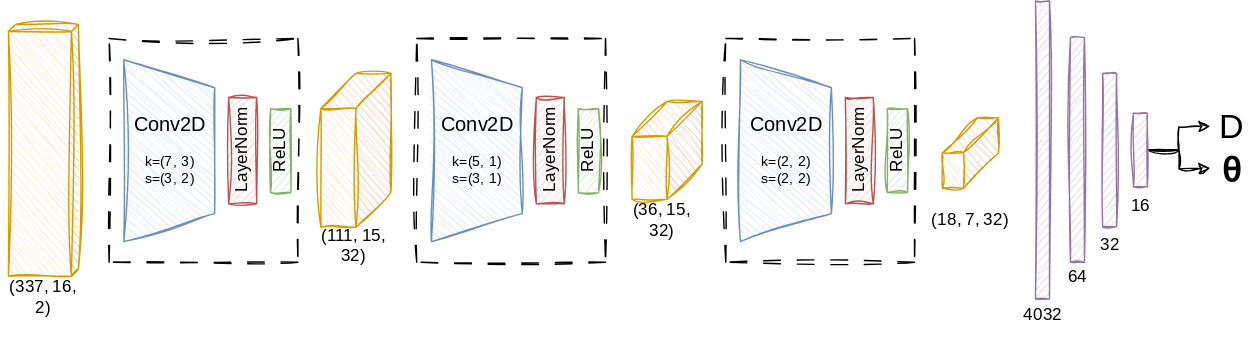
This is sections/3_ssl/2_single_source/figures/ssl_singlesource_nn_architecture.svg from GaetanLepage/phd-manuscript, a draw.io export, as it was before one commit. Source tidied: cells renumbered, new cells last; positions are measured from the earlier drawing's top-left corner, leaving out a move shared by most shapes. Its diagram source:
```xml
<mxGraphModel>
  <root>
    <mxCell id="0" />
    <mxCell id="1" parent="0" />
    <mxCell id="2" style="shape=cube;whiteSpace=wrap;html=1;boundedLbl=1;backgroundOutline=1;darkOpacity=0.05;darkOpacity2=0.1;sketch=1;hachureGap=4;jiggle=2;curveFitting=1;fontFamily=Architects Daughter;fontSource=https%3A%2F%2Ffonts.googleapis.com%2Fcss%3Ffamily%3DArchitects%2BDaughter;flipH=1;fillColor=#ffe6cc;strokeColor=#d79b00;size=5;" parent="1" vertex="1">
      <mxGeometry x="5" y="17" width="50" height="180" as="geometry" />
    </mxCell>
    <mxCell id="3" value="(337, 16, 2)" style="text;html=1;align=center;verticalAlign=middle;whiteSpace=wrap;rounded=0;fontFamily=Architects Daughter;fontSource=https%3A%2F%2Ffonts.googleapis.com%2Fcss%3Ffamily%3DArchitects%2BDaughter;" parent="1" vertex="1">
      <mxGeometry y="197" width="60" height="30" as="geometry" />
    </mxCell>
    <mxCell id="4" style="group;" parent="1" vertex="1">
      <mxGeometry x="724.5" y="0.2" width="170" height="239.6" as="geometry" />
    </mxCell>
    <mxCell id="5" style="rounded=0;whiteSpace=wrap;html=1;sketch=1;hachureGap=4;jiggle=2;curveFitting=1;fontFamily=Architects Daughter;fontSource=https%3A%2F%2Ffonts.googleapis.com%2Fcss%3Ffamily%3DArchitects%2BDaughter;fillColor=#e1d5e7;strokeColor=#9673a6;" parent="4" vertex="1">
      <mxGeometry x="15" width="10" height="213.1" as="geometry" />
    </mxCell>
    <mxCell id="6" style="rounded=0;whiteSpace=wrap;html=1;sketch=1;hachureGap=4;jiggle=2;curveFitting=1;fontFamily=Architects Daughter;fontSource=https%3A%2F%2Ffonts.googleapis.com%2Fcss%3Ffamily%3DArchitects%2BDaughter;fillColor=#e1d5e7;strokeColor=#9673a6;" parent="4" vertex="1">
      <mxGeometry x="63" y="51.8" width="10" height="109.6" as="geometry" />
    </mxCell>
    <mxCell id="7" style="rounded=0;whiteSpace=wrap;html=1;sketch=1;hachureGap=4;jiggle=2;curveFitting=1;fontFamily=Architects Daughter;fontSource=https%3A%2F%2Ffonts.googleapis.com%2Fcss%3Ffamily%3DArchitects%2BDaughter;fillColor=#e1d5e7;strokeColor=#9673a6;" parent="4" vertex="1">
      <mxGeometry x="40" y="26.2" width="10" height="160.7" as="geometry" />
    </mxCell>
    <mxCell id="8" style="edgeStyle=orthogonalEdgeStyle;rounded=0;sketch=1;hachureGap=4;jiggle=2;curveFitting=1;jettySize=auto;html=1;fontFamily=Architects Daughter;fontSource=https%3A%2F%2Ffonts.googleapis.com%2Fcss%3Ffamily%3DArchitects%2BDaughter;" parent="4" edge="1" source="10">
      <mxGeometry relative="1" as="geometry">
        <mxPoint x="140" y="89.6" as="targetPoint" />
      </mxGeometry>
    </mxCell>
    <mxCell id="9" style="edgeStyle=orthogonalEdgeStyle;rounded=0;sketch=1;hachureGap=4;jiggle=2;curveFitting=1;jettySize=auto;html=1;exitX=1;exitY=0.5;exitDx=0;exitDy=0;fontFamily=Architects Daughter;fontSource=https%3A%2F%2Ffonts.googleapis.com%2Fcss%3Ffamily%3DArchitects%2BDaughter;" parent="4" edge="1" source="10">
      <mxGeometry relative="1" as="geometry">
        <mxPoint x="140" y="119.6" as="targetPoint" />
      </mxGeometry>
    </mxCell>
    <mxCell id="10" style="rounded=0;whiteSpace=wrap;html=1;sketch=1;hachureGap=4;jiggle=2;curveFitting=1;fontFamily=Architects Daughter;fontSource=https%3A%2F%2Ffonts.googleapis.com%2Fcss%3Ffamily%3DArchitects%2BDaughter;fillColor=#e1d5e7;strokeColor=#9673a6;" parent="4" vertex="1">
      <mxGeometry x="85" y="80.2" width="10" height="52.8" as="geometry" />
    </mxCell>
    <mxCell id="11" value="4032" style="text;html=1;align=center;verticalAlign=middle;whiteSpace=wrap;rounded=0;fontFamily=Architects Daughter;fontSource=https%3A%2F%2Ffonts.googleapis.com%2Fcss%3Ffamily%3DArchitects%2BDaughter;" parent="4" vertex="1">
      <mxGeometry y="209.6" width="40" height="30" as="geometry" />
    </mxCell>
    <mxCell id="12" value="64" style="text;html=1;align=center;verticalAlign=middle;whiteSpace=wrap;rounded=0;fontFamily=Architects Daughter;fontSource=https%3A%2F%2Ffonts.googleapis.com%2Fcss%3Ffamily%3DArchitects%2BDaughter;" parent="4" vertex="1">
      <mxGeometry x="25" y="183.1" width="40" height="30" as="geometry" />
    </mxCell>
    <mxCell id="13" value="32" style="text;html=1;align=center;verticalAlign=middle;whiteSpace=wrap;rounded=0;fontFamily=Architects Daughter;fontSource=https%3A%2F%2Ffonts.googleapis.com%2Fcss%3Ffamily%3DArchitects%2BDaughter;" parent="4" vertex="1">
      <mxGeometry x="48" y="159.6" width="40" height="30" as="geometry" />
    </mxCell>
    <mxCell id="14" value="16" style="text;html=1;align=center;verticalAlign=middle;whiteSpace=wrap;rounded=0;fontFamily=Architects Daughter;fontSource=https%3A%2F%2Ffonts.googleapis.com%2Fcss%3Ffamily%3DArchitects%2BDaughter;" parent="4" vertex="1">
      <mxGeometry x="70" y="131.3" width="40" height="30" as="geometry" />
    </mxCell>
    <mxCell id="15" value="D" style="text;html=1;align=center;verticalAlign=middle;whiteSpace=wrap;rounded=0;fontFamily=Architects Daughter;fontSource=https%3A%2F%2Ffonts.googleapis.com%2Fcss%3Ffamily%3DArchitects%2BDaughter;fontSize=24;" parent="4" vertex="1">
      <mxGeometry x="140" y="80.2" width="30" height="20.2" as="geometry" />
    </mxCell>
    <mxCell id="16" value="&lt;meta charset=&quot;utf-8&quot;&gt;&lt;b&gt;θ&lt;/b&gt;" style="text;html=1;align=center;verticalAlign=middle;whiteSpace=wrap;rounded=0;fontFamily=Architects Daughter;fontSource=https%3A%2F%2Ffonts.googleapis.com%2Fcss%3Ffamily%3DArchitects%2BDaughter;fontSize=24;" parent="4" vertex="1">
      <mxGeometry x="140" y="111.3" width="30" height="20.2" as="geometry" />
    </mxCell>
    <mxCell id="17" style="group;" parent="1" vertex="1">
      <mxGeometry x="441" y="72" width="62.5" height="95" as="geometry" />
    </mxCell>
    <mxCell id="18" style="shape=cube;whiteSpace=wrap;html=1;boundedLbl=1;backgroundOutline=1;darkOpacity=0.05;darkOpacity2=0.1;sketch=1;hachureGap=4;jiggle=2;curveFitting=1;fontFamily=Architects Daughter;fontSource=https%3A%2F%2Ffonts.googleapis.com%2Fcss%3Ffamily%3DArchitects%2BDaughter;flipH=1;fillColor=#ffe6cc;strokeColor=#d79b00;size=25;" parent="17" vertex="1">
      <mxGeometry x="10" width="50" height="70" as="geometry" />
    </mxCell>
    <mxCell id="19" value="(36, 15, 32)" style="text;html=1;align=center;verticalAlign=middle;whiteSpace=wrap;rounded=0;fontFamily=Architects Daughter;fontSource=https%3A%2F%2Ffonts.googleapis.com%2Fcss%3Ffamily%3DArchitects%2BDaughter;" parent="17" vertex="1">
      <mxGeometry y="75.2" width="62.5" height="19.8" as="geometry" />
    </mxCell>
    <mxCell id="20" style="group;" parent="1" vertex="1">
      <mxGeometry x="225" y="52" width="53.5" height="130" as="geometry" />
    </mxCell>
    <mxCell id="21" style="shape=cube;whiteSpace=wrap;html=1;boundedLbl=1;backgroundOutline=1;darkOpacity=0.05;darkOpacity2=0.1;sketch=1;hachureGap=4;jiggle=2;curveFitting=1;fontFamily=Architects Daughter;fontSource=https%3A%2F%2Ffonts.googleapis.com%2Fcss%3Ffamily%3DArchitects%2BDaughter;flipH=1;fillColor=#ffe6cc;strokeColor=#d79b00;size=25;" parent="20" vertex="1">
      <mxGeometry x="3.5" width="50" height="110" as="geometry" />
    </mxCell>
    <mxCell id="22" value="(111, 15, 32)" style="text;html=1;align=center;verticalAlign=middle;whiteSpace=wrap;rounded=0;fontFamily=Architects Daughter;fontSource=https%3A%2F%2Ffonts.googleapis.com%2Fcss%3Ffamily%3DArchitects%2BDaughter;" parent="20" vertex="1">
      <mxGeometry y="115.4" width="53.5" height="14.6" as="geometry" />
    </mxCell>
    <mxCell id="23" style="group;" parent="1" vertex="1">
      <mxGeometry x="658" y="83.6" width="70" height="88.2" as="geometry" />
    </mxCell>
    <mxCell id="24" style="shape=cube;whiteSpace=wrap;html=1;boundedLbl=1;backgroundOutline=1;darkOpacity=0.05;darkOpacity2=0.1;sketch=1;hachureGap=4;jiggle=2;curveFitting=1;fontFamily=Architects Daughter;fontSource=https%3A%2F%2Ffonts.googleapis.com%2Fcss%3Ffamily%3DArchitects%2BDaughter;flipH=1;fillColor=#ffe6cc;strokeColor=#d79b00;size=25;" parent="23" vertex="1">
      <mxGeometry x="15" width="40" height="50.5" as="geometry" />
    </mxCell>
    <mxCell id="25" value="(18, 7, 32)" style="text;html=1;align=center;verticalAlign=middle;whiteSpace=wrap;rounded=0;fontFamily=Architects Daughter;fontSource=https%3A%2F%2Ffonts.googleapis.com%2Fcss%3Ffamily%3DArchitects%2BDaughter;" parent="23" vertex="1">
      <mxGeometry y="58.2" width="70" height="30" as="geometry" />
    </mxCell>
    <mxCell id="26" style="group;" parent="1" vertex="1">
      <mxGeometry x="77" y="27" width="135" height="160" as="geometry" />
    </mxCell>
    <mxCell id="27" style="rounded=0;whiteSpace=wrap;html=1;sketch=1;hachureGap=4;jiggle=2;curveFitting=1;fontFamily=Architects Daughter;fontSource=https%3A%2F%2Ffonts.googleapis.com%2Fcss%3Ffamily%3DArchitects%2BDaughter;fillColor=none;dashed=1;dashPattern=12 12;" parent="26" vertex="1">
      <mxGeometry width="135" height="160" as="geometry" />
    </mxCell>
    <mxCell id="28" value="ReLU" style="rounded=0;whiteSpace=wrap;html=1;hachureGap=4;fontFamily=Architects Daughter;fontSource=https%3A%2F%2Ffonts.googleapis.com%2Fcss%3Ffamily%3DArchitects%2BDaughter;fillColor=#d5e8d4;strokeColor=#82b366;horizontal=0;sketch=1;curveFitting=1;jiggle=2;" parent="26" vertex="1">
      <mxGeometry x="115.5" y="50.2" width="14.5" height="60" as="geometry" />
    </mxCell>
    <mxCell id="29" value="LayerNorm" style="rounded=0;whiteSpace=wrap;html=1;hachureGap=4;fontFamily=Architects Daughter;fontSource=https%3A%2F%2Ffonts.googleapis.com%2Fcss%3Ffamily%3DArchitects%2BDaughter;fillColor=#f8cecc;strokeColor=#b85450;horizontal=0;sketch=1;curveFitting=1;jiggle=2;" parent="26" vertex="1">
      <mxGeometry x="85.5" y="42.2" width="20" height="76" as="geometry" />
    </mxCell>
    <mxCell id="30" value="&lt;font style=&quot;font-size: 14px;&quot;&gt;Conv2D&lt;br&gt;&lt;/font&gt;&lt;br&gt;&lt;div style=&quot;font-size: 10px;&quot;&gt;k=(7, 3)&lt;/div&gt;&lt;div style=&quot;font-size: 10px;&quot;&gt;s=(3, 2)&lt;/div&gt;" style="shape=trapezoid;perimeter=trapezoidPerimeter;whiteSpace=wrap;html=1;fixedSize=1;hachureGap=4;fontFamily=Architects Daughter;fontSource=https%3A%2F%2Ffonts.googleapis.com%2Fcss%3Ffamily%3DArchitects%2BDaughter;flipH=0;flipV=0;horizontal=0;rotation=90;fontSize=10;fillColor=#dae8fc;strokeColor=#6c8ebf;sketch=1;curveFitting=1;jiggle=2;" parent="26" vertex="1">
      <mxGeometry x="-22" y="47.8" width="130" height="65" as="geometry" />
    </mxCell>
    <mxCell id="31" style="group;" parent="1" vertex="1">
      <mxGeometry x="297" y="27" width="135" height="160" as="geometry" />
    </mxCell>
    <mxCell id="32" style="rounded=0;whiteSpace=wrap;html=1;sketch=1;hachureGap=4;jiggle=2;curveFitting=1;fontFamily=Architects Daughter;fontSource=https%3A%2F%2Ffonts.googleapis.com%2Fcss%3Ffamily%3DArchitects%2BDaughter;fillColor=none;dashed=1;dashPattern=12 12;" parent="31" vertex="1">
      <mxGeometry width="135" height="160" as="geometry" />
    </mxCell>
    <mxCell id="33" value="ReLU" style="rounded=0;whiteSpace=wrap;html=1;hachureGap=4;fontFamily=Architects Daughter;fontSource=https%3A%2F%2Ffonts.googleapis.com%2Fcss%3Ffamily%3DArchitects%2BDaughter;fillColor=#d5e8d4;strokeColor=#82b366;horizontal=0;sketch=1;curveFitting=1;jiggle=2;" parent="31" vertex="1">
      <mxGeometry x="115.5" y="50.2" width="14.5" height="60" as="geometry" />
    </mxCell>
    <mxCell id="34" value="LayerNorm" style="rounded=0;whiteSpace=wrap;html=1;hachureGap=4;fontFamily=Architects Daughter;fontSource=https%3A%2F%2Ffonts.googleapis.com%2Fcss%3Ffamily%3DArchitects%2BDaughter;fillColor=#f8cecc;strokeColor=#b85450;horizontal=0;sketch=1;curveFitting=1;jiggle=2;" parent="31" vertex="1">
      <mxGeometry x="85.5" y="42.2" width="20" height="76" as="geometry" />
    </mxCell>
    <mxCell id="35" value="&lt;font style=&quot;font-size: 14px;&quot;&gt;Conv2D&lt;br&gt;&lt;/font&gt;&lt;br&gt;&lt;div style=&quot;font-size: 10px;&quot;&gt;k=(5, 1)&lt;/div&gt;&lt;div style=&quot;font-size: 10px;&quot;&gt;s=(3, 1)&lt;/div&gt;" style="shape=trapezoid;perimeter=trapezoidPerimeter;whiteSpace=wrap;html=1;fixedSize=1;hachureGap=4;fontFamily=Architects Daughter;fontSource=https%3A%2F%2Ffonts.googleapis.com%2Fcss%3Ffamily%3DArchitects%2BDaughter;flipH=0;flipV=0;horizontal=0;rotation=90;fontSize=10;fillColor=#dae8fc;strokeColor=#6c8ebf;sketch=1;curveFitting=1;jiggle=2;" parent="31" vertex="1">
      <mxGeometry x="-22" y="47.8" width="130" height="65" as="geometry" />
    </mxCell>
    <mxCell id="36" style="group;" parent="1" vertex="1">
      <mxGeometry x="518" y="27" width="135" height="160" as="geometry" />
    </mxCell>
    <mxCell id="37" style="rounded=0;whiteSpace=wrap;html=1;sketch=1;hachureGap=4;jiggle=2;curveFitting=1;fontFamily=Architects Daughter;fontSource=https%3A%2F%2Ffonts.googleapis.com%2Fcss%3Ffamily%3DArchitects%2BDaughter;fillColor=none;dashed=1;dashPattern=12 12;" parent="36" vertex="1">
      <mxGeometry width="135" height="160" as="geometry" />
    </mxCell>
    <mxCell id="38" value="ReLU" style="rounded=0;whiteSpace=wrap;html=1;hachureGap=4;fontFamily=Architects Daughter;fontSource=https%3A%2F%2Ffonts.googleapis.com%2Fcss%3Ffamily%3DArchitects%2BDaughter;fillColor=#d5e8d4;strokeColor=#82b366;horizontal=0;sketch=1;curveFitting=1;jiggle=2;" parent="36" vertex="1">
      <mxGeometry x="115.5" y="50.2" width="14.5" height="60" as="geometry" />
    </mxCell>
    <mxCell id="39" value="LayerNorm" style="rounded=0;whiteSpace=wrap;html=1;hachureGap=4;fontFamily=Architects Daughter;fontSource=https%3A%2F%2Ffonts.googleapis.com%2Fcss%3Ffamily%3DArchitects%2BDaughter;fillColor=#f8cecc;strokeColor=#b85450;horizontal=0;sketch=1;curveFitting=1;jiggle=2;" parent="36" vertex="1">
      <mxGeometry x="85.5" y="42.2" width="20" height="76" as="geometry" />
    </mxCell>
    <mxCell id="40" value="&lt;font style=&quot;font-size: 14px;&quot;&gt;Conv2D&lt;br&gt;&lt;/font&gt;&lt;br&gt;&lt;div style=&quot;font-size: 10px;&quot;&gt;k=(2, 2)&lt;/div&gt;&lt;div style=&quot;font-size: 10px;&quot;&gt;s=(2, 2)&lt;/div&gt;" style="shape=trapezoid;perimeter=trapezoidPerimeter;whiteSpace=wrap;html=1;fixedSize=1;hachureGap=4;fontFamily=Architects Daughter;fontSource=https%3A%2F%2Ffonts.googleapis.com%2Fcss%3Ffamily%3DArchitects%2BDaughter;flipH=0;flipV=0;horizontal=0;rotation=90;fontSize=10;fillColor=#dae8fc;strokeColor=#6c8ebf;sketch=1;curveFitting=1;jiggle=2;" parent="36" vertex="1">
      <mxGeometry x="-22" y="47.8" width="130" height="65" as="geometry" />
    </mxCell>
  </root>
</mxGraphModel>
```
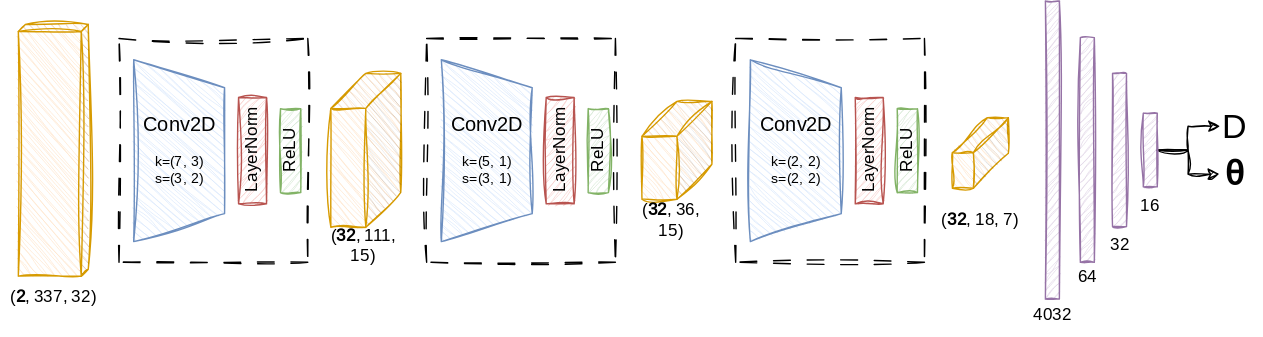
Later version of the same file.

What changed in the source:
```diff
@@ -2,11 +2,21 @@
   <root>
     <mxCell id="0" />
     <mxCell id="1" parent="0" />
+    <mxCell id="9" style="edgeStyle=orthogonalEdgeStyle;rounded=0;hachureGap=4;orthogonalLoop=1;jettySize=auto;html=1;exitX=1;exitY=0.5;exitDx=0;exitDy=0;fontFamily=Architects Daughter;fontSource=https%3A%2F%2Ffonts.googleapis.com%2Fcss%3Ffamily%3DArchitects%2BDaughter;sketch=1;curveFitting=1;jiggle=2;" parent="1" edge="1">
+      <mxGeometry relative="1" as="geometry">
+        <mxPoint x="819" y="106.8" as="sourcePoint" />
+        <mxPoint x="864" y="124" as="targetPoint" />
+        <Array as="points">
+          <mxPoint x="841.5" y="107" />
+          <mxPoint x="841.5" y="124" />
+        </Array>
+      </mxGeometry>
+    </mxCell>
     <mxCell id="2" style="shape=cube;whiteSpace=wrap;html=1;boundedLbl=1;backgroundOutline=1;darkOpacity=0.05;darkOpacity2=0.1;sketch=1;hachureGap=4;jiggle=2;curveFitting=1;fontFamily=Architects Daughter;fontSource=https%3A%2F%2Ffonts.googleapis.com%2Fcss%3Ffamily%3DArchitects%2BDaughter;flipH=1;fillColor=#ffe6cc;strokeColor=#d79b00;size=5;" parent="1" vertex="1">
       <mxGeometry x="5" y="17" width="50" height="180" as="geometry" />
     </mxCell>
-    <mxCell id="3" value="(337, 16, 2)" style="text;html=1;align=center;verticalAlign=middle;whiteSpace=wrap;rounded=0;fontFamily=Architects Daughter;fontSource=https%3A%2F%2Ffonts.googleapis.com%2Fcss%3Ffamily%3DArchitects%2BDaughter;" parent="1" vertex="1">
-      <mxGeometry y="197" width="60" height="30" as="geometry" />
+    <mxCell id="3" value="(&lt;b&gt;2&lt;/b&gt;, 337, 32)" style="text;html=1;align=center;verticalAlign=middle;whiteSpace=wrap;rounded=0;fontFamily=Architects Daughter;fontSource=https%3A%2F%2Ffonts.googleapis.com%2Fcss%3Ffamily%3DArchitects%2BDaughter;" parent="1" vertex="1">
+      <mxGeometry x="-7.5" y="197" width="75" height="30" as="geometry" />
     </mxCell>
     <mxCell id="4" style="group;" parent="1" vertex="1">
       <mxGeometry x="724.5" y="0.2" width="170" height="239.6" as="geometry" />
@@ -20,16 +30,15 @@
     <mxCell id="7" style="rounded=0;whiteSpace=wrap;html=1;sketch=1;hachureGap=4;jiggle=2;curveFitting=1;fontFamily=Architects Daughter;fontSource=https%3A%2F%2Ffonts.googleapis.com%2Fcss%3Ffamily%3DArchitects%2BDaughter;fillColor=#e1d5e7;strokeColor=#9673a6;" parent="4" vertex="1">
       <mxGeometry x="40" y="26.2" width="10" height="160.7" as="geometry" />
     </mxCell>
-    <mxCell id="8" style="edgeStyle=orthogonalEdgeStyle;rounded=0;sketch=1;hachureGap=4;jiggle=2;curveFitting=1;jettySize=auto;html=1;fontFamily=Architects Daughter;fontSource=https%3A%2F%2Ffonts.googleapis.com%2Fcss%3Ffamily%3DArchitects%2BDaughter;" parent="4" edge="1" source="10">
+    <mxCell id="8" style="edgeStyle=orthogonalEdgeStyle;rounded=0;hachureGap=4;jettySize=auto;html=1;fontFamily=Architects Daughter;fontSource=https%3A%2F%2Ffonts.googleapis.com%2Fcss%3Ffamily%3DArchitects%2BDaughter;sketch=1;curveFitting=1;jiggle=2;" parent="4" edge="1" source="10">
       <mxGeometry relative="1" as="geometry">
         <mxPoint x="140" y="89.6" as="targetPoint" />
+        <Array as="points">
+          <mxPoint x="117" y="107" />
+          <mxPoint x="117" y="90" />
+        </Array>
       </mxGeometry>
     </mxCell>
-    <mxCell id="9" style="edgeStyle=orthogonalEdgeStyle;rounded=0;sketch=1;hachureGap=4;jiggle=2;curveFitting=1;jettySize=auto;html=1;exitX=1;exitY=0.5;exitDx=0;exitDy=0;fontFamily=Architects Daughter;fontSource=https%3A%2F%2Ffonts.googleapis.com%2Fcss%3Ffamily%3DArchitects%2BDaughter;" parent="4" edge="1" source="10">
-      <mxGeometry relative="1" as="geometry">
-        <mxPoint x="140" y="119.6" as="targetPoint" />
-      </mxGeometry>
-    </mxCell>
     <mxCell id="10" style="rounded=0;whiteSpace=wrap;html=1;sketch=1;hachureGap=4;jiggle=2;curveFitting=1;fontFamily=Architects Daughter;fontSource=https%3A%2F%2Ffonts.googleapis.com%2Fcss%3Ffamily%3DArchitects%2BDaughter;fillColor=#e1d5e7;strokeColor=#9673a6;" parent="4" vertex="1">
       <mxGeometry x="85" y="80.2" width="10" height="52.8" as="geometry" />
     </mxCell>
@@ -46,10 +55,10 @@
       <mxGeometry x="70" y="131.3" width="40" height="30" as="geometry" />
     </mxCell>
     <mxCell id="15" value="D" style="text;html=1;align=center;verticalAlign=middle;whiteSpace=wrap;rounded=0;fontFamily=Architects Daughter;fontSource=https%3A%2F%2Ffonts.googleapis.com%2Fcss%3Ffamily%3DArchitects%2BDaughter;fontSize=24;" parent="4" vertex="1">
-      <mxGeometry x="140" y="80.2" width="30" height="20.2" as="geometry" />
+      <mxGeometry x="135.5" y="80.2" width="30" height="20.2" as="geometry" />
     </mxCell>
     <mxCell id="16" value="&lt;meta charset=&quot;utf-8&quot;&gt;&lt;b&gt;θ&lt;/b&gt;" style="text;html=1;align=center;verticalAlign=middle;whiteSpace=wrap;rounded=0;fontFamily=Architects Daughter;fontSource=https%3A%2F%2Ffonts.googleapis.com%2Fcss%3Ffamily%3DArchitects%2BDaughter;fontSize=24;" parent="4" vertex="1">
-      <mxGeometry x="140" y="111.3" width="30" height="20.2" as="geometry" />
+      <mxGeometry x="140.5" y="113.7" width="20" height="20.2" as="geometry" />
     </mxCell>
     <mxCell id="17" style="group;" parent="1" vertex="1">
       <mxGeometry x="441" y="72" width="62.5" height="95" as="geometry" />
@@ -57,7 +66,7 @@
     <mxCell id="18" style="shape=cube;whiteSpace=wrap;html=1;boundedLbl=1;backgroundOutline=1;darkOpacity=0.05;darkOpacity2=0.1;sketch=1;hachureGap=4;jiggle=2;curveFitting=1;fontFamily=Architects Daughter;fontSource=https%3A%2F%2Ffonts.googleapis.com%2Fcss%3Ffamily%3DArchitects%2BDaughter;flipH=1;fillColor=#ffe6cc;strokeColor=#d79b00;size=25;" parent="17" vertex="1">
       <mxGeometry x="10" width="50" height="70" as="geometry" />
     </mxCell>
-    <mxCell id="19" value="(36, 15, 32)" style="text;html=1;align=center;verticalAlign=middle;whiteSpace=wrap;rounded=0;fontFamily=Architects Daughter;fontSource=https%3A%2F%2Ffonts.googleapis.com%2Fcss%3Ffamily%3DArchitects%2BDaughter;" parent="17" vertex="1">
+    <mxCell id="19" value="(&lt;b&gt;32&lt;/b&gt;, 36, 15)" style="text;html=1;align=center;verticalAlign=middle;whiteSpace=wrap;rounded=0;fontFamily=Architects Daughter;fontSource=https%3A%2F%2Ffonts.googleapis.com%2Fcss%3Ffamily%3DArchitects%2BDaughter;" parent="17" vertex="1">
       <mxGeometry y="75.2" width="62.5" height="19.8" as="geometry" />
     </mxCell>
     <mxCell id="20" style="group;" parent="1" vertex="1">
@@ -66,7 +75,7 @@
     <mxCell id="21" style="shape=cube;whiteSpace=wrap;html=1;boundedLbl=1;backgroundOutline=1;darkOpacity=0.05;darkOpacity2=0.1;sketch=1;hachureGap=4;jiggle=2;curveFitting=1;fontFamily=Architects Daughter;fontSource=https%3A%2F%2Ffonts.googleapis.com%2Fcss%3Ffamily%3DArchitects%2BDaughter;flipH=1;fillColor=#ffe6cc;strokeColor=#d79b00;size=25;" parent="20" vertex="1">
       <mxGeometry x="3.5" width="50" height="110" as="geometry" />
     </mxCell>
-    <mxCell id="22" value="(111, 15, 32)" style="text;html=1;align=center;verticalAlign=middle;whiteSpace=wrap;rounded=0;fontFamily=Architects Daughter;fontSource=https%3A%2F%2Ffonts.googleapis.com%2Fcss%3Ffamily%3DArchitects%2BDaughter;" parent="20" vertex="1">
+    <mxCell id="22" value="(&lt;b&gt;32&lt;/b&gt;, 111, 15)" style="text;html=1;align=center;verticalAlign=middle;whiteSpace=wrap;rounded=0;fontFamily=Architects Daughter;fontSource=https%3A%2F%2Ffonts.googleapis.com%2Fcss%3Ffamily%3DArchitects%2BDaughter;" parent="20" vertex="1">
       <mxGeometry y="115.4" width="53.5" height="14.6" as="geometry" />
     </mxCell>
     <mxCell id="23" style="group;" parent="1" vertex="1">
@@ -75,7 +84,7 @@
     <mxCell id="24" style="shape=cube;whiteSpace=wrap;html=1;boundedLbl=1;backgroundOutline=1;darkOpacity=0.05;darkOpacity2=0.1;sketch=1;hachureGap=4;jiggle=2;curveFitting=1;fontFamily=Architects Daughter;fontSource=https%3A%2F%2Ffonts.googleapis.com%2Fcss%3Ffamily%3DArchitects%2BDaughter;flipH=1;fillColor=#ffe6cc;strokeColor=#d79b00;size=25;" parent="23" vertex="1">
       <mxGeometry x="15" width="40" height="50.5" as="geometry" />
     </mxCell>
-    <mxCell id="25" value="(18, 7, 32)" style="text;html=1;align=center;verticalAlign=middle;whiteSpace=wrap;rounded=0;fontFamily=Architects Daughter;fontSource=https%3A%2F%2Ffonts.googleapis.com%2Fcss%3Ffamily%3DArchitects%2BDaughter;" parent="23" vertex="1">
+    <mxCell id="25" value="(&lt;b&gt;32&lt;/b&gt;, 18, 7)" style="text;html=1;align=center;verticalAlign=middle;whiteSpace=wrap;rounded=0;fontFamily=Architects Daughter;fontSource=https%3A%2F%2Ffonts.googleapis.com%2Fcss%3Ffamily%3DArchitects%2BDaughter;" parent="23" vertex="1">
       <mxGeometry y="58.2" width="70" height="30" as="geometry" />
     </mxCell>
     <mxCell id="26" style="group;" parent="1" vertex="1">
```
